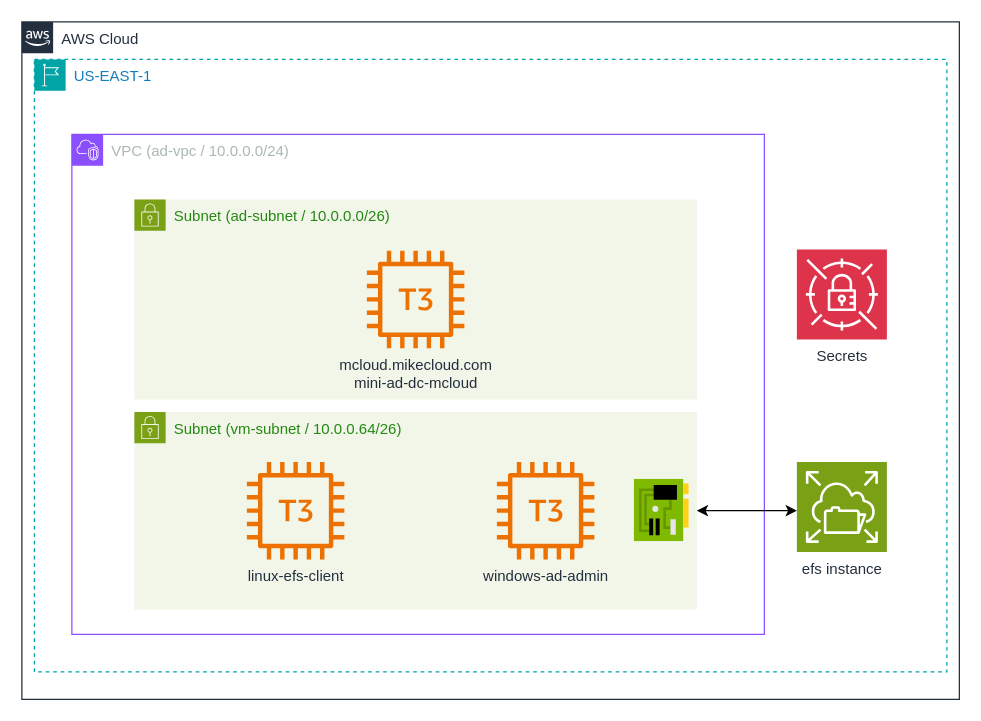
Above: aws-efs.drawio in mamonaco1973/aws-efs (draw.io), before the change. Source tidied: cells renumbered, new cells numbered last; positions are measured from the earlier drawing's top-left corner, leaving out a move shared by most shapes. Both pictures are drawn from the tidied source at 125%, with x=0, y=0 at pixel (21, 21).
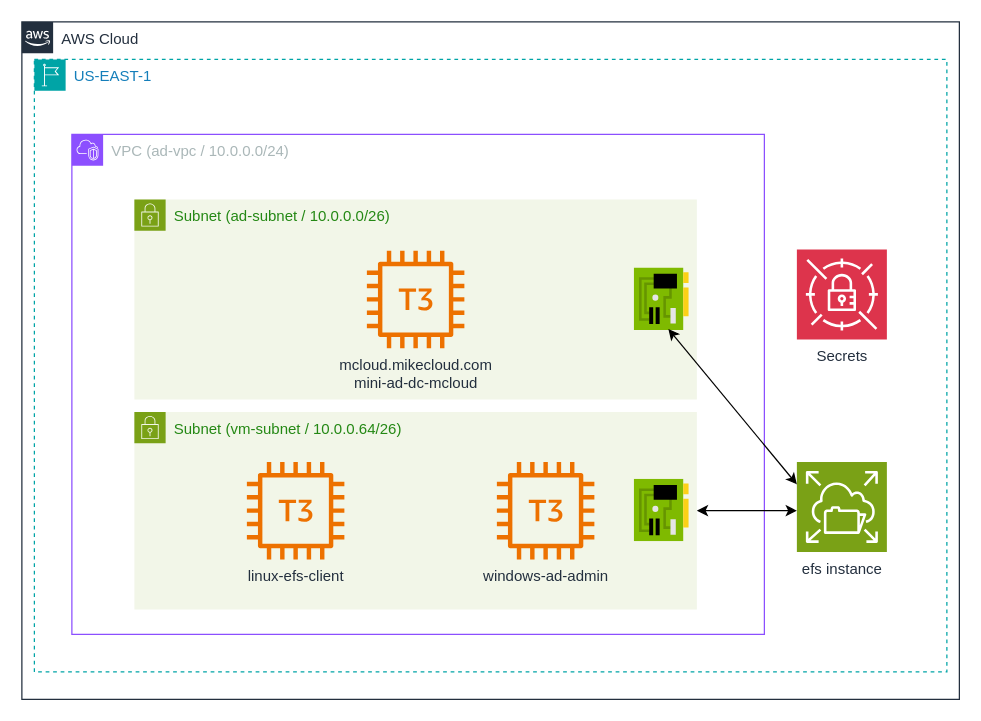
After the change.

Commit message (it also covers changes not shown here):
tweak aws diagram

The edit, as a diff of the source:
```diff
@@
 <mxGraphModel>
   <root>
     <mxCell id="0" />
     <mxCell id="1" parent="0" />
     <mxCell id="2" value="AWS Cloud" style="gradientColor=none;html=1;whiteSpace=wrap;fontSize=12;fontStyle=0;shape=mxgraph.aws4.group;grIcon=mxgraph.aws4.group_aws_cloud_alt;strokeColor=#232F3E;fillColor=none;verticalAlign=top;align=left;spacingLeft=30;fontColor=#232F3E;dashed=0;labelBackgroundColor=#ffffff;" parent="1" vertex="1">
       <mxGeometry width="750" height="542" as="geometry" />
     </mxCell>
     <mxCell id="3" value="US-EAST-1" style="gradientColor=none;html=1;whiteSpace=wrap;fontSize=12;fontStyle=0;shape=mxgraph.aws4.group;grIcon=mxgraph.aws4.group_region;strokeColor=#00A4A6;fillColor=none;verticalAlign=top;align=left;spacingLeft=30;fontColor=#147EBA;dashed=1;" parent="2" vertex="1">
       <mxGeometry x="10" y="30" width="730" height="490" as="geometry" />
     </mxCell>
     <mxCell id="4" value="VPC (ad-vpc / 10.0.0.0/24)" style="gradientColor=none;html=1;whiteSpace=wrap;fontSize=12;fontStyle=0;shape=mxgraph.aws4.group;grIcon=mxgraph.aws4.group_vpc2;strokeColor=#8C4FFF;fillColor=none;verticalAlign=top;align=left;spacingLeft=30;fontColor=#AAB7B8;dashed=0;" parent="3" vertex="1">
       <mxGeometry x="30" y="60" width="554" height="400" as="geometry" />
     </mxCell>
     <mxCell id="5" value="Subnet (ad-subnet / 10.0.0.0/26)" style="gradientColor=none;html=1;whiteSpace=wrap;fontSize=12;fontStyle=0;shape=mxgraph.aws4.group;grIcon=mxgraph.aws4.group_security_group;grStroke=0;strokeColor=#7AA116;fillColor=#F2F6E8;verticalAlign=top;align=left;spacingLeft=30;fontColor=#248814;dashed=0;" parent="4" vertex="1">
       <mxGeometry x="50" y="52" width="450" height="160" as="geometry" />
     </mxCell>
     <mxCell id="6" value="mcloud.mikecloud.com&lt;div&gt;mini-ad-dc-mcloud&lt;/div&gt;" style="sketch=0;fontColor=#232F3E;gradientColor=none;fillColor=#ED7100;strokeColor=none;dashed=0;verticalLabelPosition=bottom;verticalAlign=top;align=center;html=1;fontSize=12;fontStyle=0;shape=mxgraph.aws4.t3_instance;" parent="5" vertex="1">
       <mxGeometry x="186" y="41" width="78" height="78" as="geometry" />
     </mxCell>
+    <mxCell id="15" style="image;sketch=0;html=1;points=[];align=center;fontSize=12;image=img/lib/mscae/NetworkInterfaceCard.svg;" parent="5" vertex="1">
+      <mxGeometry x="400" y="55" width="44" height="50" as="geometry" />
+    </mxCell>
     <mxCell id="7" value="Subnet (vm-subnet / 10.0.0.64/26)" style="points=[[0,0],[0.25,0],[0.5,0],[0.75,0],[1,0],[1,0.25],[1,0.5],[1,0.75],[1,1],[0.75,1],[0.5,1],[0.25,1],[0,1],[0,0.75],[0,0.5],[0,0.25]];outlineConnect=0;gradientColor=none;html=1;whiteSpace=wrap;fontSize=12;fontStyle=0;shape=mxgraph.aws4.group;grIcon=mxgraph.aws4.group_security_group;grStroke=0;strokeColor=#7AA116;fillColor=#F2F6E8;verticalAlign=top;align=left;spacingLeft=30;fontColor=#248814;dashed=0;" parent="4" vertex="1">
       <mxGeometry x="50" y="222" width="450" height="158" as="geometry" />
     </mxCell>
     <mxCell id="8" value="linux-efs-client" style="sketch=0;fontColor=#232F3E;gradientColor=none;fillColor=#ED7100;strokeColor=none;dashed=0;verticalLabelPosition=bottom;verticalAlign=top;align=center;html=1;fontSize=12;fontStyle=0;shape=mxgraph.aws4.t3_instance;" parent="7" vertex="1">
       <mxGeometry x="90" y="40" width="78" height="78" as="geometry" />
     </mxCell>
     <mxCell id="9" value="windows-ad-admin" style="sketch=0;fontColor=#232F3E;gradientColor=none;fillColor=#ED7100;strokeColor=none;dashed=0;verticalLabelPosition=bottom;verticalAlign=top;align=center;html=1;fontSize=12;fontStyle=0;shape=mxgraph.aws4.t3_instance;" parent="7" vertex="1">
       <mxGeometry x="290" y="40" width="78" height="78" as="geometry" />
     </mxCell>
     <mxCell id="10" style="image;sketch=0;html=1;align=center;fontSize=12;image=img/lib/mscae/NetworkInterfaceCard.svg;" parent="7" vertex="1">
       <mxGeometry x="400" y="54" width="44" height="50" as="geometry" />
     </mxCell>
     <mxCell id="11" value="Secrets" style="sketch=0;fontColor=#232F3E;fillColor=#DD344C;strokeColor=#ffffff;dashed=0;verticalLabelPosition=bottom;verticalAlign=top;align=center;html=1;fontSize=12;fontStyle=0;shape=mxgraph.aws4.resourceIcon;resIcon=mxgraph.aws4.secrets_manager;" parent="3" vertex="1">
       <mxGeometry x="610" y="152" width="72" height="72" as="geometry" />
     </mxCell>
     <mxCell id="12" value="efs instance" style="sketch=0;points=[[0,0,0],[0.25,0,0],[0.5,0,0],[0.75,0,0],[1,0,0],[0,1,0],[0.25,1,0],[0.5,1,0],[0.75,1,0],[1,1,0],[0,0.25,0],[0,0.5,0],[0,0.75,0],[1,0.25,0],[1,0.5,0],[1,0.75,0]];outlineConnect=0;fontColor=#232F3E;fillColor=#7AA116;strokeColor=#ffffff;dashed=0;verticalLabelPosition=bottom;verticalAlign=top;align=center;html=1;fontSize=12;fontStyle=0;shape=mxgraph.aws4.resourceIcon;resIcon=mxgraph.aws4.elastic_file_system;" parent="3" vertex="1">
       <mxGeometry x="610" y="322" width="72" height="72" as="geometry" />
     </mxCell>
     <mxCell id="13" style="endArrow=classic;startArrow=classic;html=1;rounded=0;exitX=1;exitY=0.5;exitDx=0;exitDy=0;" parent="3" edge="1" source="7">
       <mxGeometry relative="1" as="geometry">
         <mxPoint x="610" y="361" as="targetPoint" />
       </mxGeometry>
     </mxCell>
+    <mxCell id="16" style="endArrow=classic;startArrow=classic;html=1;rounded=0;entryX=0.618;entryY=0.973;entryDx=0;entryDy=0;entryPerimeter=0;exitX=0;exitY=0.25;exitDx=0;exitDy=0;exitPerimeter=0;" parent="3" edge="1" source="12" target="15">
+      <mxGeometry relative="1" as="geometry" />
+    </mxCell>
     <mxCell id="14" style="edgeStyle=orthogonalEdgeStyle;html=1;endArrow=block;elbow=vertical;startArrow=block;startFill=1;endFill=1;strokeColor=#545B64;rounded=0;" parent="1" edge="1">
       <mxGeometry relative="1" as="geometry">
         <mxPoint x="480" y="292" as="sourcePoint" />
         <mxPoint x="480" y="292" as="targetPoint" />
       </mxGeometry>
     </mxCell>
   </root>
 </mxGraphModel>
```
